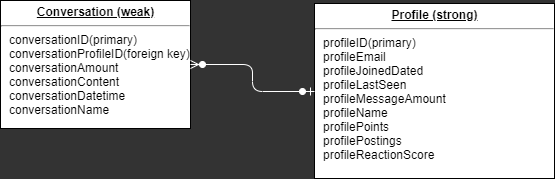
This is Epic/ERDDiagram.png from GinoVillalpando/data-design, a draw.io export, as it was before one commit. Source tidied: cells renumbered, new cells last; positions are measured from the earlier drawing's top-left corner, leaving out a move shared by most shapes.
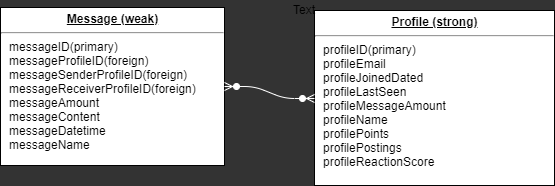
After the commit.

Commit message:
changed "conversations" back to "message" changed relationship in ERD

Diff of the diagram source:
```diff
@@ -5,11 +5,14 @@
     <mxCell id="2" value="&lt;p style=&quot;margin: 0px ; margin-top: 4px ; text-align: center ; text-decoration: underline&quot;&gt;&lt;b&gt;Profile (strong)&lt;/b&gt;&lt;/p&gt;&lt;hr&gt;&lt;p style=&quot;margin: 0px ; margin-left: 8px&quot;&gt;profileID(primary)&lt;/p&gt;&lt;p style=&quot;margin: 0px ; margin-left: 8px&quot;&gt;profileEmail&lt;br&gt;&lt;/p&gt;&lt;p style=&quot;margin: 0px 0px 0px 8px&quot;&gt;profileJoinedDated&amp;nbsp;&lt;/p&gt;&lt;p style=&quot;margin: 0px 0px 0px 8px&quot;&gt;profileLastSeen&lt;br&gt;&lt;/p&gt;&lt;p style=&quot;margin: 0px 0px 0px 8px&quot;&gt;profileMessageAmount&lt;br&gt;&lt;/p&gt;&lt;p style=&quot;margin: 0px ; margin-left: 8px&quot;&gt;profileName&lt;/p&gt;&lt;p style=&quot;margin: 0px ; margin-left: 8px&quot;&gt;profilePoints&lt;br&gt;&lt;/p&gt;&lt;p style=&quot;margin: 0px ; margin-left: 8px&quot;&gt;profilePostings&lt;/p&gt;&lt;p style=&quot;margin: 0px ; margin-left: 8px&quot;&gt;profileReactionScore&lt;/p&gt;&lt;p style=&quot;margin: 0px ; margin-left: 8px&quot;&gt;&lt;br&gt;&lt;/p&gt;" style="verticalAlign=top;align=left;overflow=fill;fontSize=12;fontFamily=Helvetica;html=1;rounded=0;shadow=0;comic=0;labelBackgroundColor=none;strokeWidth=1;" parent="1" vertex="1">
       <mxGeometry x="314" y="3" width="240" height="175" as="geometry" />
     </mxCell>
-    <mxCell id="3" value="&lt;p style=&quot;margin: 0px ; margin-top: 4px ; text-align: center ; text-decoration: underline&quot;&gt;&lt;b&gt;Conversation (weak)&lt;/b&gt;&lt;/p&gt;&lt;hr&gt;&lt;p style=&quot;margin: 0px ; margin-left: 8px&quot;&gt;conversationID(primary)&lt;/p&gt;&lt;p style=&quot;margin: 0px ; margin-left: 8px&quot;&gt;&lt;span&gt;conversationProfileID(foreign key)&lt;/span&gt;&lt;/p&gt;&lt;p style=&quot;margin: 0px ; margin-left: 8px&quot;&gt;conversationAmount&lt;/p&gt;&lt;p style=&quot;margin: 0px ; margin-left: 8px&quot;&gt;conversationContent&lt;/p&gt;&lt;p style=&quot;margin: 0px ; margin-left: 8px&quot;&gt;conversationDatetime&lt;/p&gt;&lt;p style=&quot;margin: 0px ; margin-left: 8px&quot;&gt;conversationName&lt;/p&gt;&lt;p style=&quot;margin: 0px ; margin-left: 8px&quot;&gt;&lt;br&gt;&lt;/p&gt;" style="verticalAlign=top;align=left;overflow=fill;fontSize=12;fontFamily=Helvetica;html=1;rounded=0;shadow=0;comic=0;labelBackgroundColor=none;strokeWidth=1;" parent="1" vertex="1">
-      <mxGeometry width="190" height="128" as="geometry" />
+    <mxCell id="3" value="&lt;p style=&quot;margin: 0px ; margin-top: 4px ; text-align: center ; text-decoration: underline&quot;&gt;&lt;b&gt;Message (weak)&lt;/b&gt;&lt;/p&gt;&lt;hr&gt;&lt;p style=&quot;margin: 0px ; margin-left: 8px&quot;&gt;messageID(primary)&lt;/p&gt;&lt;p style=&quot;margin: 0px ; margin-left: 8px&quot;&gt;&lt;span&gt;messageProfileID(foreign)&lt;/span&gt;&lt;/p&gt;&lt;p style=&quot;margin: 0px ; margin-left: 8px&quot;&gt;&lt;span&gt;messageSenderProfileID(foreign)&lt;/span&gt;&lt;/p&gt;&lt;p style=&quot;margin: 0px ; margin-left: 8px&quot;&gt;&lt;span&gt;messageReceiverProfileID(foreign)&lt;/span&gt;&lt;/p&gt;&lt;p style=&quot;margin: 0px ; margin-left: 8px&quot;&gt;messageAmount&lt;/p&gt;&lt;p style=&quot;margin: 0px ; margin-left: 8px&quot;&gt;messageContent&lt;/p&gt;&lt;p style=&quot;margin: 0px ; margin-left: 8px&quot;&gt;messageDatetime&lt;/p&gt;&lt;p style=&quot;margin: 0px ; margin-left: 8px&quot;&gt;messageName&lt;/p&gt;&lt;p style=&quot;margin: 0px ; margin-left: 8px&quot;&gt;&lt;br&gt;&lt;/p&gt;" style="verticalAlign=top;align=left;overflow=fill;fontSize=12;fontFamily=Helvetica;html=1;rounded=0;shadow=0;comic=0;labelBackgroundColor=none;strokeWidth=1;" parent="1" vertex="1">
+      <mxGeometry width="224" height="158" as="geometry" />
     </mxCell>
-    <mxCell id="4" style="edgeStyle=orthogonalEdgeStyle;fontSize=12;html=1;endArrow=ERzeroToMany;startArrow=ERzeroToOne;entryX=1;entryY=0.5;entryDx=0;entryDy=0;exitX=0;exitY=0.5;exitDx=0;exitDy=0;strokeColor=#FFFFFF;" parent="1" edge="1" source="2" target="3">
-      <mxGeometry relative="1" as="geometry" />
-    </mxCell>
+    <mxCell id="5" style="edgeStyle=entityRelationEdgeStyle;fontSize=12;html=1;endArrow=ERzeroToMany;endFill=1;startArrow=ERzeroToMany;strokeColor=#FFFFFF;entryX=0;entryY=0.5;entryDx=0;entryDy=0;exitX=1;exitY=0.5;exitDx=0;exitDy=0;" parent="1" edge="1" source="3" target="2">
+      <mxGeometry relative="1" as="geometry" />
+    </mxCell>
+    <mxCell id="6" value="Text" style="text;html=1;align=left;verticalAlign=top;spacingTop=-4;" parent="1" vertex="1">
+      <mxGeometry x="291" y="-7" width="40" height="20" as="geometry" />
+    </mxCell>
   </root>
 </mxGraphModel>
```
